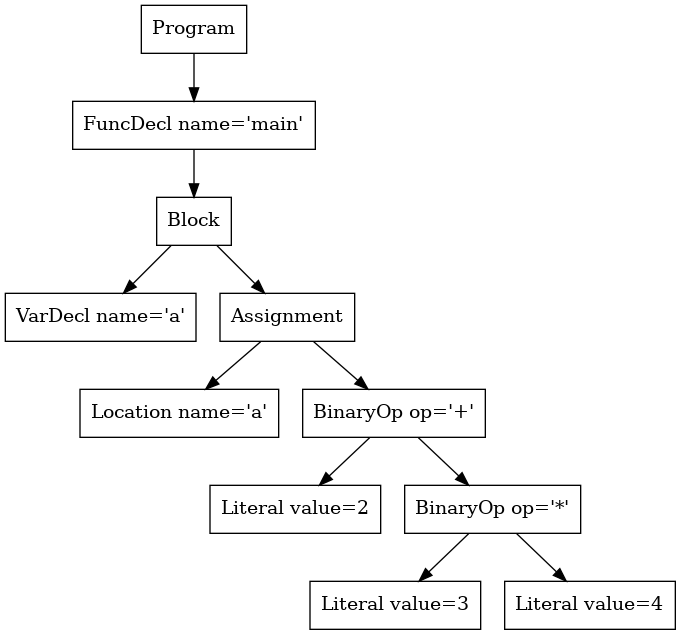
Above: p2-parser/tree.png in dada1802/cs432-project (Graphviz), before the change. Its source is kept beside it as p2-parser/tree.dot.
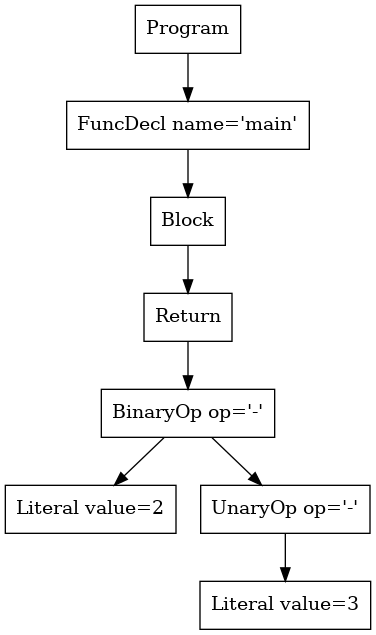
After the commit.

The edit, as a diff of the source:
```diff
@@ -1,21 +1,15 @@
 digraph AST {
-3 [shape=box, label="VarDecl name='a'"];
-5 [shape=box, label="Location name='a'"];
-7 [shape=box, label="Literal value=2"];
-9 [shape=box, label="Literal value=3"];
-10 [shape=box, label="Literal value=4"];
-8 [shape=box, label="BinaryOp op='*'"];
-8 -> 9;
-8 -> 10;
-6 [shape=box, label="BinaryOp op='+'"];
+5 [shape=box, label="Literal value=2"];
+7 [shape=box, label="Literal value=3"];
+6 [shape=box, label="UnaryOp op='-'"];
 6 -> 7;
-6 -> 8;
-4 [shape=box, label="Assignment"];
+4 [shape=box, label="BinaryOp op='-'"];
 4 -> 5;
 4 -> 6;
+3 [shape=box, label="Return"];
+3 -> 4;
 2 [shape=box, label="Block"];
 2 -> 3;
-2 -> 4;
 1 [shape=box, label="FuncDecl name='main'"];
 1 -> 2;
 0 [shape=box, label="Program"];
```
